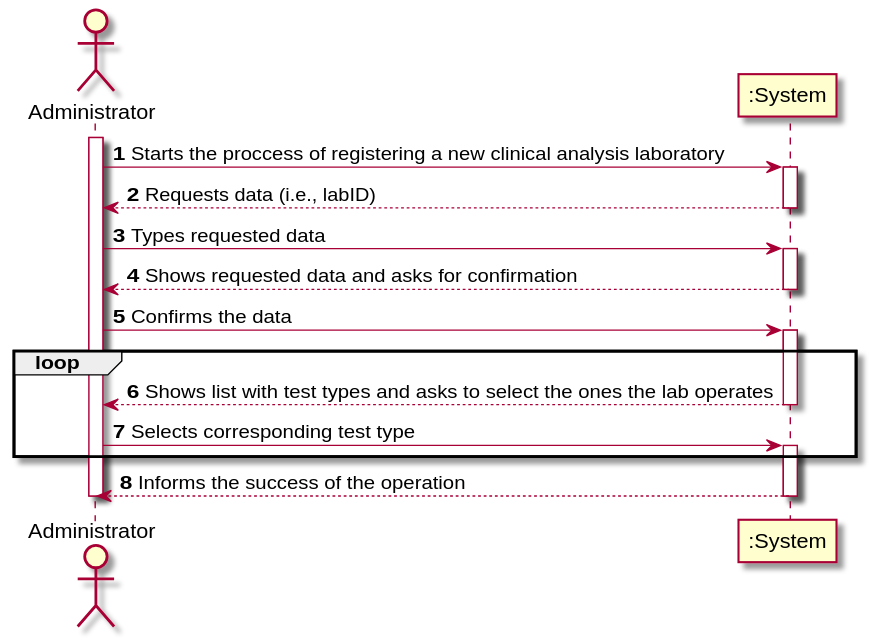
This is docs/SprintB/US08/US8_SSD.svg from 0franciscor/lei-21-s2-1de-g19, a PlantUML export, as it was before one commit.
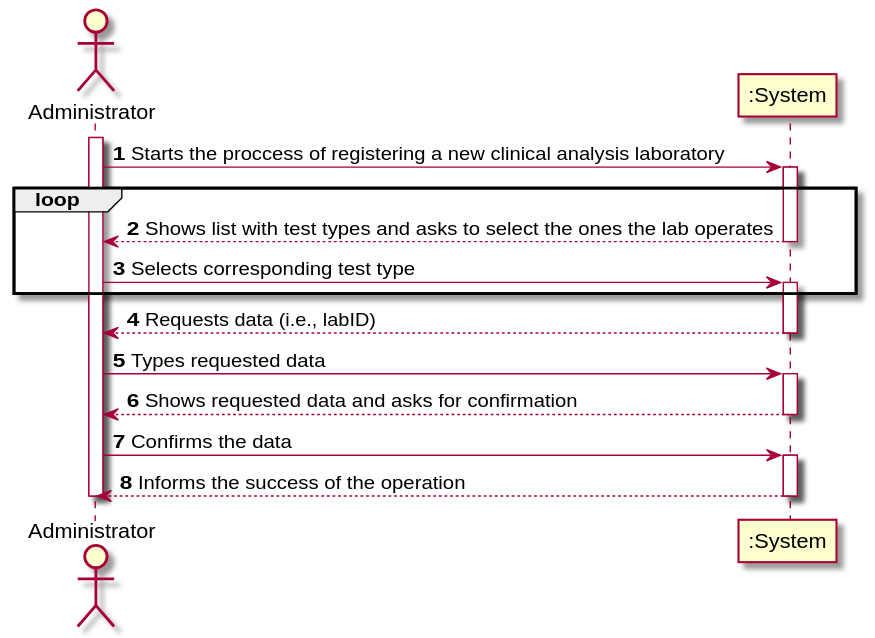
The same file after the commit.

What changed in the source:
```diff
@@ -9,9 +9,16 @@
 activate ADMIN
 ADMIN -> SYST : Starts the proccess of registering a new clinical analysis laboratory
 activate SYST
+
+loop
+SYST --> ADMIN : Shows list with test types and asks to select the ones the lab operates
+deactivate SYST
+ADMIN -> SYST : Selects corresponding test type
+activate SYST
+end
+
 SYST --> ADMIN : Requests data (i.e., labID)
 deactivate SYST
-
 
 ADMIN -> SYST : Types requested data
 activate SYST
@@ -21,13 +28,6 @@
 ADMIN -> SYST : Confirms the data
 activate SYST
 
-loop
-SYST --> ADMIN : Shows list with test types and asks to select the ones the lab operates
-deactivate SYST
-
-ADMIN -> SYST : Selects corresponding test type
-activate SYST
-end
 
 SYST --> ADMIN : Informs the success of the operation
 deactivate SYST
```
